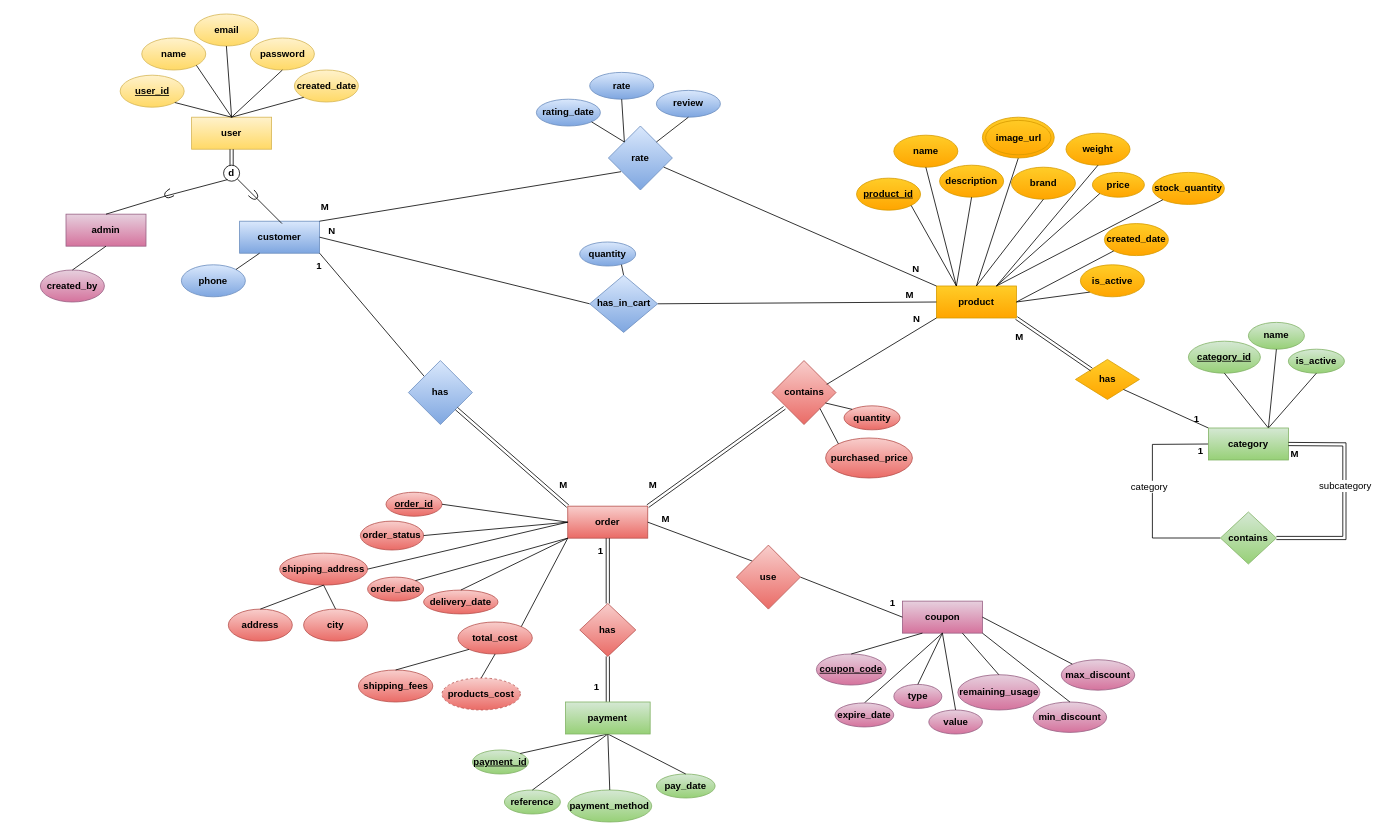
KerollosRady/Online-Store-Database keeps this draw.io diagram as Online Store EERD.drawio. Above is the earlier version. Source tidied: cells renumbered, new cells numbered last; positions are measured from the earlier drawing's top-left corner, leaving out a move shared by most shapes. Both pictures are drawn from the tidied source at 80%, with x=0, y=0 at pixel (40, 14).
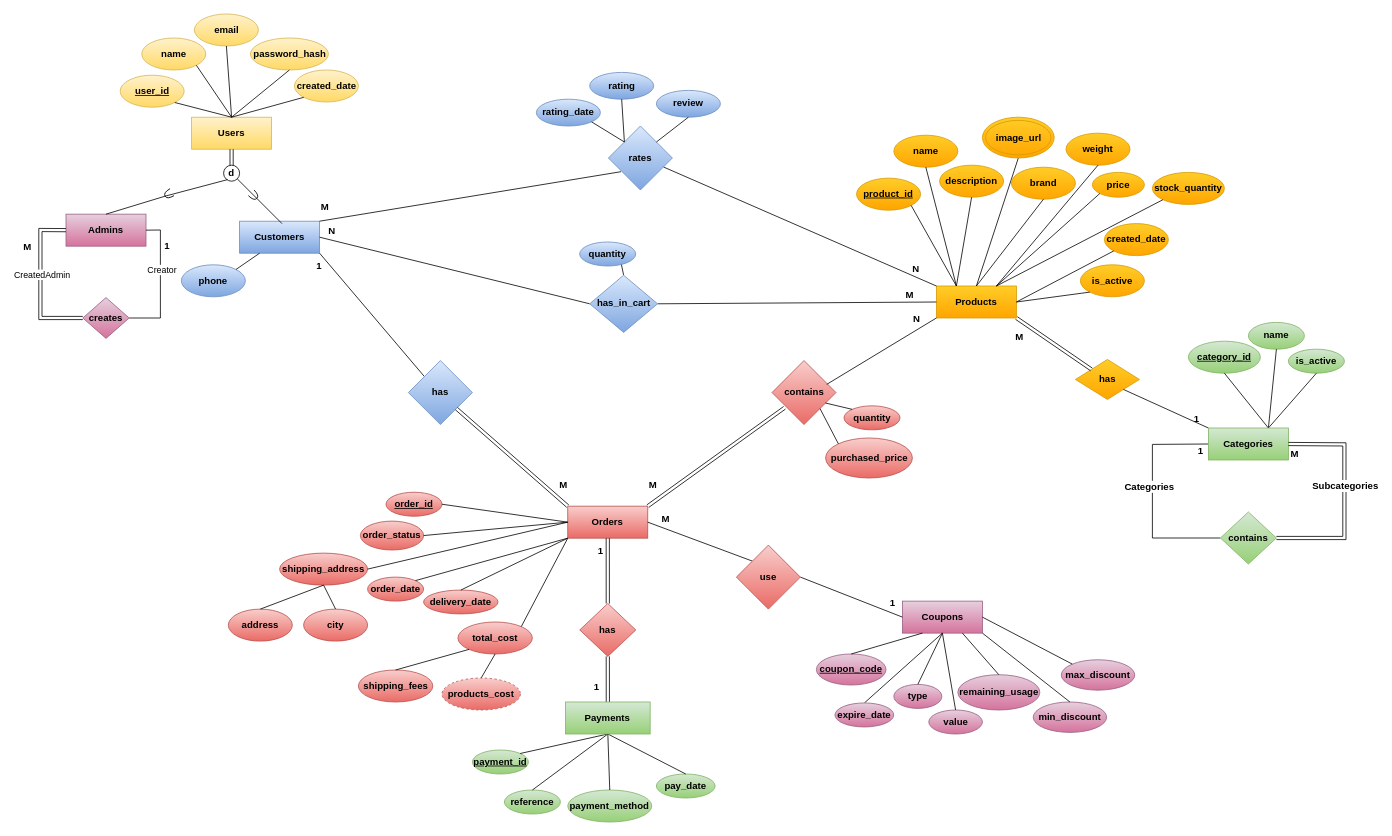
Above is the later version.

Commit message (it also covers changes not shown here):
Fix admin creation relationship and standardize entity names

The change refers to these unchanged cells:
```xml
<mxCell id="133" style="endArrow=none;html=1;rounded=0;entryX=0;entryY=0.5;entryDx=0;entryDy=0;fontStyle=1;exitX=0;exitY=0.5;exitDx=0;exitDy=0;" parent="1" edge="1" source="136" target="135">
  <mxGeometry relative="1" as="geometry">
    <Array as="points">
      <mxPoint x="1390" y="655" />
      <mxPoint x="1390" y="538" />
    </Array>
  </mxGeometry>
</mxCell>
<mxCell id="138" style="shape=link;html=1;rounded=0;entryX=1;entryY=0.5;entryDx=0;entryDy=0;exitX=1;exitY=0.5;exitDx=0;exitDy=0;fontStyle=1;" parent="1" edge="1" source="136" target="135">
  <mxGeometry relative="1" as="geometry">
    <Array as="points">
      <mxPoint x="1630" y="655" />
      <mxPoint x="1630" y="538" />
    </Array>
  </mxGeometry>
</mxCell>
```

Diff of the diagram source:
```diff
@@
-    <mxCell id="2" value="user" style="rounded=0;whiteSpace=wrap;html=1;fontStyle=1;fillColor=#fff2cc;strokeColor=#d6b656;gradientColor=#ffd966;" parent="1" vertex="1">
+    <mxCell id="2" value="Users" style="rounded=0;whiteSpace=wrap;html=1;fontStyle=1;fillColor=#fff2cc;strokeColor=#d6b656;gradientColor=#ffd966;" parent="1" vertex="1">
       <mxGeometry x="189" y="129" width="100" height="40" as="geometry" />
     </mxCell>
-    <mxCell id="3" value="admin" style="rounded=0;whiteSpace=wrap;html=1;fontStyle=1;fillColor=#e6d0de;strokeColor=#996185;gradientColor=#d5739d;" parent="1" vertex="1">
+    <mxCell id="3" value="Admins" style="rounded=0;whiteSpace=wrap;html=1;fontStyle=1;fillColor=#e6d0de;strokeColor=#996185;gradientColor=#d5739d;" parent="1" vertex="1">
       <mxGeometry x="32" y="250.2" width="100" height="40" as="geometry" />
     </mxCell>
-    <mxCell id="4" value="customer" style="rounded=0;whiteSpace=wrap;html=1;fontStyle=1;fillColor=#dae8fc;strokeColor=#6c8ebf;gradientColor=#7ea6e0;" parent="1" vertex="1">
+    <mxCell id="4" value="Customers" style="rounded=0;whiteSpace=wrap;html=1;fontStyle=1;fillColor=#dae8fc;strokeColor=#6c8ebf;gradientColor=#7ea6e0;" parent="1" vertex="1">
       <mxGeometry x="249" y="259" width="100" height="40" as="geometry" />
     </mxCell>
@@
-    <mxCell id="7" value="password" style="ellipse;whiteSpace=wrap;html=1;fontStyle=1;fillColor=#fff2cc;strokeColor=#d6b656;gradientColor=#ffd966;" parent="1" vertex="1">
-      <mxGeometry x="262.5" y="30" width="80" height="40" as="geometry" />
+    <mxCell id="7" value="password_hash" style="ellipse;whiteSpace=wrap;html=1;fontStyle=1;fillColor=#fff2cc;strokeColor=#d6b656;gradientColor=#ffd966;" parent="1" vertex="1">
+      <mxGeometry x="262.5" y="30" width="97.5" height="40" as="geometry" />
     </mxCell>
@@
-    <mxCell id="11" value="product" style="rounded=0;whiteSpace=wrap;html=1;fontStyle=1;fillColor=#ffcd28;strokeColor=#d79b00;gradientColor=#ffa500;" parent="1" vertex="1">
+    <mxCell id="11" value="Products" style="rounded=0;whiteSpace=wrap;html=1;fontStyle=1;fillColor=#ffcd28;strokeColor=#d79b00;gradientColor=#ffa500;" parent="1" vertex="1">
       <mxGeometry x="1120" y="340" width="100" height="40" as="geometry" />
     </mxCell>
@@
-    <mxCell id="40" value="order" style="rounded=0;whiteSpace=wrap;html=1;fontStyle=1;fillColor=#f8cecc;gradientColor=#ea6b66;strokeColor=#b85450;" parent="1" vertex="1">
+    <mxCell id="40" value="Orders" style="rounded=0;whiteSpace=wrap;html=1;fontStyle=1;fillColor=#f8cecc;gradientColor=#ea6b66;strokeColor=#b85450;" parent="1" vertex="1">
       <mxGeometry x="659.2" y="615.2" width="100" height="40" as="geometry" />
     </mxCell>
@@
-    <mxCell id="53" value="rate" style="rhombus;whiteSpace=wrap;html=1;fontStyle=1;fillColor=#dae8fc;gradientColor=#7ea6e0;strokeColor=#6c8ebf;" parent="1" vertex="1">
+    <mxCell id="53" value="rates" style="rhombus;whiteSpace=wrap;html=1;fontStyle=1;fillColor=#dae8fc;gradientColor=#7ea6e0;strokeColor=#6c8ebf;" parent="1" vertex="1">
       <mxGeometry x="710" y="140" width="80" height="80" as="geometry" />
     </mxCell>
@@
-    <mxCell id="56" value="rate" style="ellipse;whiteSpace=wrap;html=1;fontStyle=1;fillColor=#dae8fc;gradientColor=#7ea6e0;strokeColor=#6c8ebf;" parent="1" vertex="1">
+    <mxCell id="56" value="rating" style="ellipse;whiteSpace=wrap;html=1;fontStyle=1;fillColor=#dae8fc;gradientColor=#7ea6e0;strokeColor=#6c8ebf;" parent="1" vertex="1">
       <mxGeometry x="686.6" y="73" width="80" height="33.5" as="geometry" />
     </mxCell>
@@
-    <mxCell id="94" value="coupon" style="rounded=0;whiteSpace=wrap;html=1;fontStyle=1;fillColor=#e6d0de;gradientColor=#d5739d;strokeColor=#996185;" parent="1" vertex="1">
+    <mxCell id="94" value="Coupons" style="rounded=0;whiteSpace=wrap;html=1;fontStyle=1;fillColor=#e6d0de;gradientColor=#d5739d;strokeColor=#996185;" parent="1" vertex="1">
       <mxGeometry x="1077.5" y="733.9" width="100" height="40" as="geometry" />
     </mxCell>
@@
-    <mxCell id="116" value="created_by" style="ellipse;whiteSpace=wrap;html=1;fontStyle=1;fillColor=#e6d0de;strokeColor=#996185;gradientColor=#d5739d;" parent="1" vertex="1">
-      <mxGeometry y="320" width="80" height="40" as="geometry" />
-    </mxCell>
-    <mxCell id="117" style="endArrow=none;html=1;rounded=0;exitX=0.5;exitY=1;exitDx=0;exitDy=0;entryX=0.5;entryY=0;entryDx=0;entryDy=0;fontStyle=1;" parent="1" edge="1" source="3" target="116">
-      <mxGeometry relative="1" as="geometry" />
+    <mxCell id="117" style="endArrow=none;html=1;rounded=0;exitX=1;exitY=0.5;exitDx=0;exitDy=0;entryX=1;entryY=0.5;entryDx=0;entryDy=0;fontStyle=1;" parent="1" edge="1" source="3" target="158">
+      <mxGeometry relative="1" as="geometry">
+        <Array as="points">
+          <mxPoint x="150" y="270" />
+          <mxPoint x="150" y="380" />
+        </Array>
+      </mxGeometry>
     </mxCell>
+    <mxCell id="157" value="Creator" style="edgeLabel;html=1;align=center;verticalAlign=middle;" parent="117" vertex="1">
+      <mxGeometry x="-0.18" y="1" relative="1" as="geometry" />
+    </mxCell>
@@
-    <mxCell id="128" value="&lt;span style=&quot;font-weight: 700;&quot;&gt;image_url&lt;/span&gt;" style="ellipse;shape=doubleEllipse;whiteSpace=wrap;html=1;fillColor=#ffcd28;strokeColor=#d79b00;gradientColor=#ffa500;" parent="1" vertex="1">
+    <mxCell id="128" value="&lt;span style=&quot;&quot;&gt;image_url&lt;/span&gt;" style="ellipse;shape=doubleEllipse;whiteSpace=wrap;html=1;fillColor=#ffcd28;strokeColor=#d79b00;gradientColor=#ffa500;fontStyle=1;" parent="1" vertex="1">
       <mxGeometry x="1177.5" y="129" width="89.8" height="51" as="geometry" />
     </mxCell>
@@
-    <mxCell id="134" value="category" style="edgeLabel;html=1;align=center;verticalAlign=middle;fontSize=12;" parent="133" vertex="1">
+    <mxCell id="134" value="Categories" style="edgeLabel;html=1;align=center;verticalAlign=middle;fontSize=12;fontStyle=1;" parent="133" vertex="1">
       <mxGeometry x="0.04" relative="1" as="geometry">
         <mxPoint x="-5" y="-9" as="offset" />
       </mxGeometry>
     </mxCell>
-    <mxCell id="135" value="category" style="rounded=0;whiteSpace=wrap;html=1;fontStyle=1;fillColor=#d5e8d4;strokeColor=#82b366;gradientColor=#97d077;" parent="1" vertex="1">
+    <mxCell id="135" value="Categories" style="rounded=0;whiteSpace=wrap;html=1;fontStyle=1;fillColor=#d5e8d4;strokeColor=#82b366;gradientColor=#97d077;" parent="1" vertex="1">
       <mxGeometry x="1460" y="517.5" width="100" height="40" as="geometry" />
     </mxCell>
@@
-    <mxCell id="140" value="subcategory" style="edgeLabel;html=1;align=center;verticalAlign=middle;fontSize=12;" parent="138" vertex="1">
+    <mxCell id="140" value="Subcategories" style="edgeLabel;html=1;align=center;verticalAlign=middle;fontSize=12;fontStyle=1;" parent="138" vertex="1">
       <mxGeometry x="0.1" relative="1" as="geometry">
         <mxPoint y="-1" as="offset" />
       </mxGeometry>
     </mxCell>
@@
-    <mxCell id="148" value="payment" style="rounded=0;whiteSpace=wrap;html=1;fontStyle=1;fillColor=#d5e8d4;gradientColor=#97d077;strokeColor=#82b366;" parent="1" vertex="1">
+    <mxCell id="148" value="Payments" style="rounded=0;whiteSpace=wrap;html=1;fontStyle=1;fillColor=#d5e8d4;gradientColor=#97d077;strokeColor=#82b366;" parent="1" vertex="1">
       <mxGeometry x="656.4" y="860" width="105.8" height="40" as="geometry" />
     </mxCell>
@@
+    <mxCell id="158" value="creates" style="rhombus;whiteSpace=wrap;html=1;fillColor=#e6d0de;gradientColor=#d5739d;strokeColor=#996185;fontStyle=1;" parent="1" vertex="1">
+      <mxGeometry x="53" y="354.5" width="58" height="51" as="geometry" />
+    </mxCell>
+    <mxCell id="159" style="shape=link;html=1;rounded=0;entryX=0;entryY=0.5;entryDx=0;entryDy=0;exitX=0;exitY=0.5;exitDx=0;exitDy=0;fontStyle=1;" parent="1" edge="1" source="158" target="3">
+      <mxGeometry relative="1" as="geometry">
+        <Array as="points">
+          <mxPoint y="380" />
+          <mxPoint y="270" />
+        </Array>
+      </mxGeometry>
+    </mxCell>
+    <mxCell id="160" value="M" style="html=1;whiteSpace=wrap;align=right;verticalAlign=bottom;fontStyle=1;direction=south;" parent="159" vertex="1">
+      <mxGeometry x="1" relative="1" as="geometry">
+        <mxPoint x="-42" y="30" as="offset" />
+      </mxGeometry>
+    </mxCell>
+    <mxCell id="161" value="CreatedAdmin" style="edgeLabel;html=1;align=center;verticalAlign=middle;" parent="159" vertex="1">
+      <mxGeometry x="0.11" y="-1" relative="1" as="geometry" />
+    </mxCell>
+    <mxCell id="162" value="1" style="html=1;whiteSpace=wrap;align=right;verticalAlign=bottom;fontStyle=1;" parent="1" vertex="1">
+      <mxGeometry x="179.7" y="302" as="geometry">
+        <mxPoint x="-17" y="-4" as="offset" />
+      </mxGeometry>
+    </mxCell>
```
